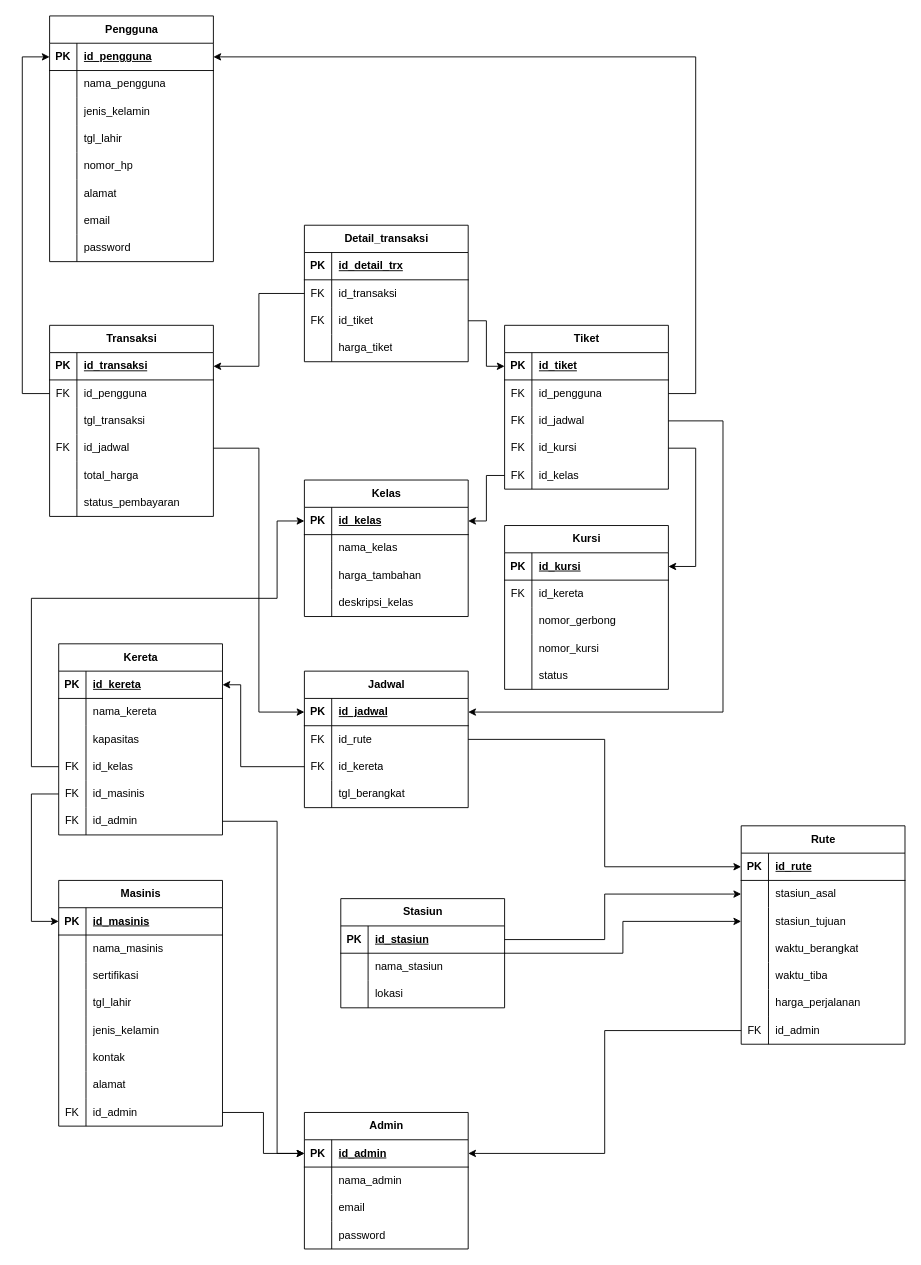
elikawicaksana/praktikum-basis-data keeps this draw.io diagram as page "PDM" (2 of 2) of PraktikumBasis_Modul5.drawio. Above is the earlier version. Source tidied: cells renumbered, new cells numbered last; positions are measured from the earlier drawing's top-left corner, leaving out a move shared by most shapes. Both pictures are drawn from the tidied source at 91%, with x=0, y=0 at pixel (22, 15).
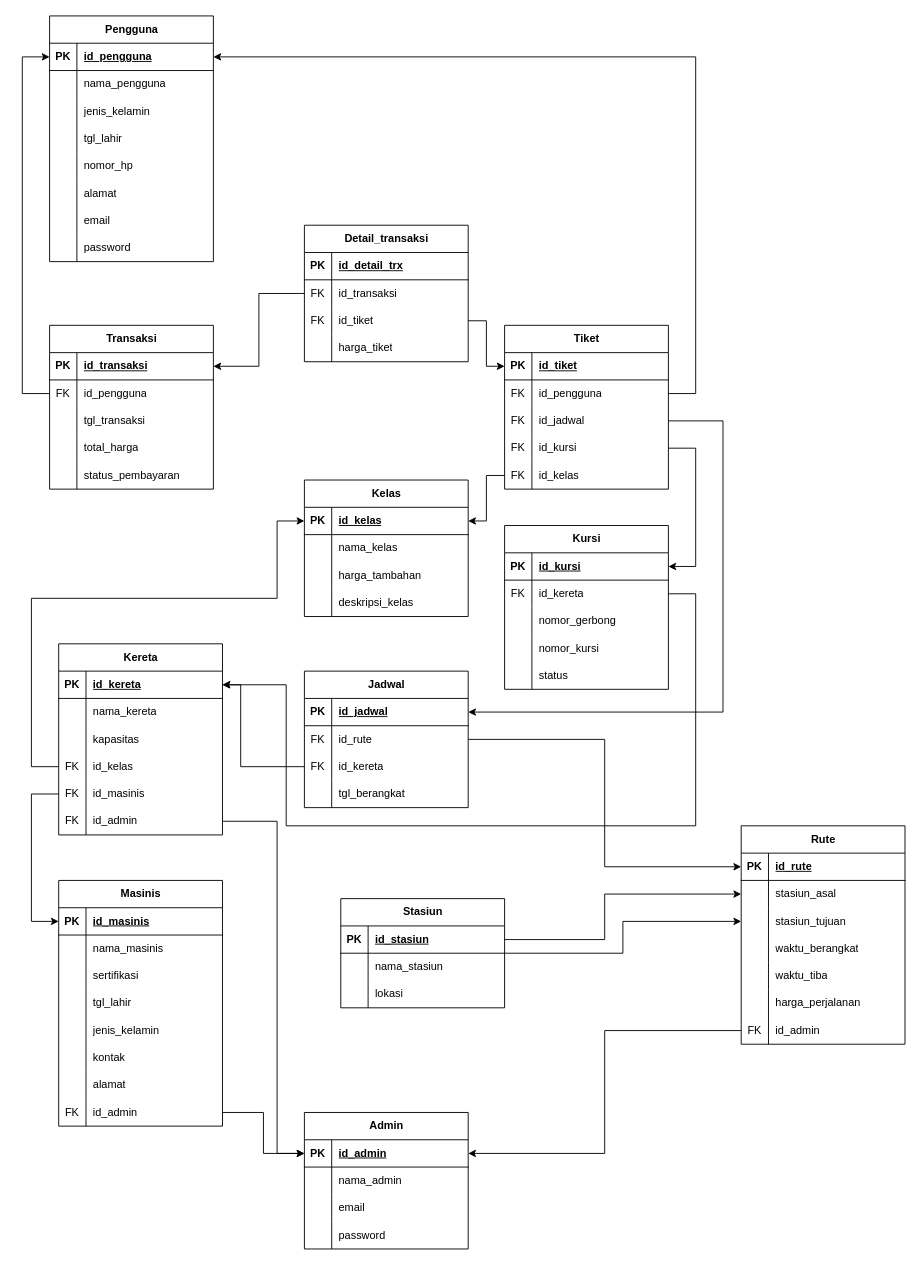
After the change.

The change refers to these unchanged cells:
```xml
<mxCell id="54" style="shape=tableRow;horizontal=0;startSize=0;swimlaneHead=0;swimlaneBody=0;fillColor=none;points=[[0,0.5],[1,0.5]];portConstraint=eastwest;top=0;left=0;right=0;bottom=1;" parent="53" vertex="1">
  <mxGeometry y="30" width="180" height="30" as="geometry" />
</mxCell>
<mxCell id="133" style="shape=tableRow;horizontal=0;startSize=0;swimlaneHead=0;swimlaneBody=0;fillColor=none;points=[[0,0.5],[1,0.5]];portConstraint=eastwest;top=0;left=0;right=0;bottom=0;" parent="129" vertex="1">
  <mxGeometry y="60" width="180" height="30" as="geometry" />
</mxCell>
<mxCell id="194" style="shape=tableRow;horizontal=0;startSize=0;swimlaneHead=0;swimlaneBody=0;fillColor=none;points=[[0,0.5],[1,0.5]];portConstraint=eastwest;top=0;left=0;right=0;bottom=1;" parent="193" vertex="1">
  <mxGeometry y="30" width="180" height="30" as="geometry" />
</mxCell>
```

What changed in the source:
```diff
@@
     <mxCell id="145" value="Transaksi" style="shape=table;startSize=30;childLayout=tableLayout;rowLines=0;fontStyle=1;align=center;html=1;" parent="1" vertex="1">
-      <mxGeometry x="30" y="340" width="180" height="210" as="geometry" />
+      <mxGeometry x="30" y="340" width="180" height="180" as="geometry" />
     </mxCell>
@@
-    <mxCell id="155" style="shape=tableRow;horizontal=0;startSize=0;swimlaneHead=0;swimlaneBody=0;fillColor=none;points=[[0,0.5],[1,0.5]];portConstraint=eastwest;top=0;left=0;right=0;bottom=0;" parent="145" vertex="1">
-      <mxGeometry y="120" width="180" height="30" as="geometry" />
-    </mxCell>
-    <mxCell id="156" value="FK" style="shape=partialRectangle;fillColor=none;top=0;left=0;bottom=0;right=0;overflow=hidden;whiteSpace=wrap;html=1;" parent="155" vertex="1">
-      <mxGeometry width="30" height="30" as="geometry" />
-    </mxCell>
-    <mxCell id="157" value="id_jadwal" style="shape=partialRectangle;fillColor=none;top=0;left=0;bottom=0;right=0;align=left;spacingLeft=6;overflow=hidden;whiteSpace=wrap;html=1;" parent="155" vertex="1">
-      <mxGeometry x="30" width="150" height="30" as="geometry" />
-    </mxCell>
     <mxCell id="158" style="shape=tableRow;horizontal=0;startSize=0;swimlaneHead=0;swimlaneBody=0;fillColor=none;top=0;left=0;right=0;bottom=0;" parent="145" vertex="1">
-      <mxGeometry y="150" width="180" height="30" as="geometry" />
+      <mxGeometry y="120" width="180" height="30" as="geometry" />
     </mxCell>
@@
     <mxCell id="161" style="shape=tableRow;horizontal=0;startSize=0;swimlaneHead=0;swimlaneBody=0;fillColor=none;top=0;left=0;right=0;bottom=0;" parent="145" vertex="1">
-      <mxGeometry y="180" width="180" height="30" as="geometry" />
+      <mxGeometry y="150" width="180" height="30" as="geometry" />
     </mxCell>
@@
-    <mxCell id="206" style="edgeStyle=orthogonalEdgeStyle;rounded=0;jettySize=auto;html=1;entryX=0;entryY=0.5;entryDx=0;entryDy=0;" parent="1" edge="1" source="155" target="194">
-      <mxGeometry relative="1" as="geometry">
-        <Array as="points">
-          <mxPoint x="260" y="475" />
-          <mxPoint x="260" y="765" />
-        </Array>
-      </mxGeometry>
-    </mxCell>
@@
+    <mxCell id="223" style="edgeStyle=orthogonalEdgeStyle;rounded=0;jettySize=auto;html=1;entryX=1;entryY=0.5;entryDx=0;entryDy=0;" parent="1" edge="1" source="133" target="54">
+      <mxGeometry relative="1" as="geometry">
+        <Array as="points">
+          <mxPoint x="740" y="635" />
+          <mxPoint x="740" y="890" />
+          <mxPoint x="290" y="890" />
+          <mxPoint x="290" y="735" />
+        </Array>
+      </mxGeometry>
+    </mxCell>
```
